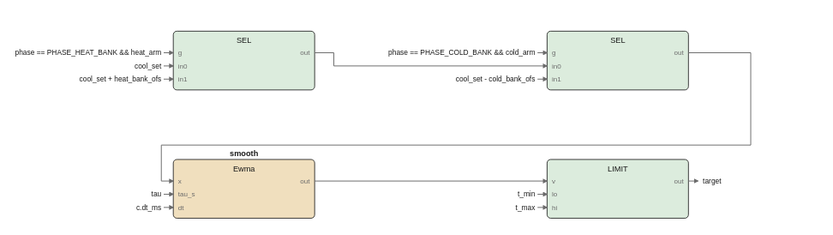
Before: images/logic/target_temp_fbd.drawio.svg, a diagram exported from draw.io (pstch/botanik2). Source tidied: cells renumbered, new cells last; positions are measured from the earlier drawing's top-left corner, leaving out a move shared by most shapes.
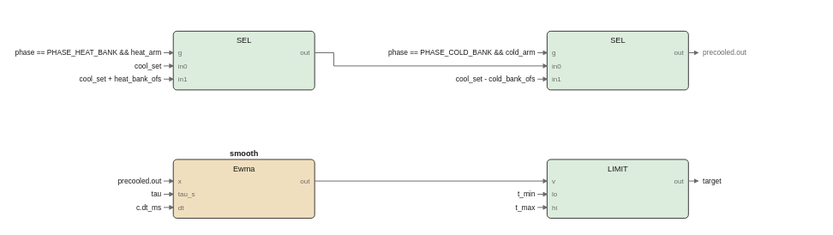
After the change.

Change to the diagram source:
```diff
@@ -88,112 +88,118 @@
     </mxCell>
     <mxCell id="29" style="edgeStyle=none;html=1;strokeColor=#6b6b6b;endArrow=block;" parent="1" edge="1">
       <mxGeometry relative="1" as="geometry">
-        <mxPoint x="128" y="18" as="sourcePoint" />
-        <mxPoint x="322" y="29" as="targetPoint" />
-        <Array as="points">
-          <mxPoint x="144" y="18" />
-          <mxPoint x="144" y="29" />
-        </Array>
+        <mxPoint x="440" y="18" as="sourcePoint" />
+        <mxPoint x="448" y="18" as="targetPoint" />
       </mxGeometry>
     </mxCell>
-    <mxCell id="30" style="edgeStyle=none;html=1;strokeColor=#6b6b6b;endArrow=block;" parent="1" edge="1">
-      <mxGeometry relative="1" as="geometry">
-        <mxPoint x="440" y="18" as="sourcePoint" />
-        <mxPoint x="10" y="125" as="targetPoint" />
-        <Array as="points">
-          <mxPoint x="492" y="18" />
-          <mxPoint x="492" y="95" />
-          <mxPoint y="95" />
-          <mxPoint y="125" />
-        </Array>
-      </mxGeometry>
-    </mxCell>
+    <mxCell id="50" value="precooled.out" style="text;html=1;fontSize=6;fontColor=#6b6b6b;align=left;" parent="1" vertex="1">
+      <mxGeometry x="452" y="14" width="65" height="10" as="geometry" />
+    </mxCell>
     <mxCell id="31" style="edgeStyle=none;html=1;strokeColor=#6b6b6b;endArrow=block;" parent="1" edge="1">
       <mxGeometry relative="1" as="geometry">
-        <mxPoint x="128" y="125" as="sourcePoint" />
-        <mxPoint x="322" y="125" as="targetPoint" />
+        <mxPoint x="128" y="18" as="sourcePoint" />
+        <mxPoint x="322" y="29" as="targetPoint" />
+        <Array as="points">
+          <mxPoint x="144" y="18" />
+          <mxPoint x="144" y="29" />
+        </Array>
       </mxGeometry>
     </mxCell>
+    <mxCell id="51" style="edgeStyle=none;html=1;strokeColor=#6b6b6b;endArrow=block;" parent="1" edge="1">
+      <mxGeometry relative="1" as="geometry">
+        <mxPoint x="128" y="125" as="sourcePoint" />
+        <mxPoint x="322" y="125" as="targetPoint" />
+      </mxGeometry>
+    </mxCell>
     <mxCell id="32" value="phase == PHASE_HEAT_BANK &amp;&amp; heat_arm" style="text;html=1;fontSize=6;fontColor=#1a1a1a;align=left;" parent="1" vertex="1">
       <mxGeometry y="14" width="180" height="10" as="geometry" />
     </mxCell>
-    <mxCell id="33" style="edgeStyle=none;html=1;strokeColor=#6b6b6b;endArrow=block;" parent="1" edge="1">
-      <mxGeometry relative="1" as="geometry">
-        <mxPoint x="2" y="18" as="sourcePoint" />
-        <mxPoint x="10" y="18" as="targetPoint" />
-      </mxGeometry>
-    </mxCell>
+    <mxCell id="52" style="edgeStyle=none;html=1;strokeColor=#6b6b6b;endArrow=block;" parent="1" edge="1">
+      <mxGeometry relative="1" as="geometry">
+        <mxPoint x="2" y="18" as="sourcePoint" />
+        <mxPoint x="10" y="18" as="targetPoint" />
+      </mxGeometry>
+    </mxCell>
     <mxCell id="34" value="cool_set" style="text;html=1;fontSize=6;fontColor=#1a1a1a;align=left;" parent="1" vertex="1">
       <mxGeometry y="25" width="40" height="10" as="geometry" />
     </mxCell>
-    <mxCell id="35" style="edgeStyle=none;html=1;strokeColor=#6b6b6b;endArrow=block;" parent="1" edge="1">
-      <mxGeometry relative="1" as="geometry">
-        <mxPoint x="2" y="29" as="sourcePoint" />
-        <mxPoint x="10" y="29" as="targetPoint" />
-      </mxGeometry>
-    </mxCell>
+    <mxCell id="53" style="edgeStyle=none;html=1;strokeColor=#6b6b6b;endArrow=block;" parent="1" edge="1">
+      <mxGeometry relative="1" as="geometry">
+        <mxPoint x="2" y="29" as="sourcePoint" />
+        <mxPoint x="10" y="29" as="targetPoint" />
+      </mxGeometry>
+    </mxCell>
     <mxCell id="36" value="cool_set + heat_bank_ofs" style="text;html=1;fontSize=6;fontColor=#1a1a1a;align=left;" parent="1" vertex="1">
       <mxGeometry y="36" width="120" height="10" as="geometry" />
     </mxCell>
-    <mxCell id="37" style="edgeStyle=none;html=1;strokeColor=#6b6b6b;endArrow=block;" parent="1" edge="1">
-      <mxGeometry relative="1" as="geometry">
-        <mxPoint x="2" y="40" as="sourcePoint" />
-        <mxPoint x="10" y="40" as="targetPoint" />
-      </mxGeometry>
-    </mxCell>
+    <mxCell id="54" style="edgeStyle=none;html=1;strokeColor=#6b6b6b;endArrow=block;" parent="1" edge="1">
+      <mxGeometry relative="1" as="geometry">
+        <mxPoint x="2" y="40" as="sourcePoint" />
+        <mxPoint x="10" y="40" as="targetPoint" />
+      </mxGeometry>
+    </mxCell>
     <mxCell id="38" value="phase == PHASE_COLD_BANK &amp;&amp; cold_arm" style="text;html=1;fontSize=6;fontColor=#1a1a1a;align=left;" parent="1" vertex="1">
       <mxGeometry x="312" y="14" width="180" height="10" as="geometry" />
     </mxCell>
-    <mxCell id="39" style="edgeStyle=none;html=1;strokeColor=#6b6b6b;endArrow=block;" parent="1" edge="1">
-      <mxGeometry relative="1" as="geometry">
-        <mxPoint x="314" y="18" as="sourcePoint" />
-        <mxPoint x="322" y="18" as="targetPoint" />
-      </mxGeometry>
-    </mxCell>
+    <mxCell id="55" style="edgeStyle=none;html=1;strokeColor=#6b6b6b;endArrow=block;" parent="1" edge="1">
+      <mxGeometry relative="1" as="geometry">
+        <mxPoint x="314" y="18" as="sourcePoint" />
+        <mxPoint x="322" y="18" as="targetPoint" />
+      </mxGeometry>
+    </mxCell>
     <mxCell id="40" value="cool_set - cold_bank_ofs" style="text;html=1;fontSize=6;fontColor=#1a1a1a;align=left;" parent="1" vertex="1">
       <mxGeometry x="312" y="36" width="120" height="10" as="geometry" />
     </mxCell>
-    <mxCell id="41" style="edgeStyle=none;html=1;strokeColor=#6b6b6b;endArrow=block;" parent="1" edge="1">
-      <mxGeometry relative="1" as="geometry">
-        <mxPoint x="314" y="40" as="sourcePoint" />
-        <mxPoint x="322" y="40" as="targetPoint" />
-      </mxGeometry>
-    </mxCell>
+    <mxCell id="56" style="edgeStyle=none;html=1;strokeColor=#6b6b6b;endArrow=block;" parent="1" edge="1">
+      <mxGeometry relative="1" as="geometry">
+        <mxPoint x="314" y="40" as="sourcePoint" />
+        <mxPoint x="322" y="40" as="targetPoint" />
+      </mxGeometry>
+    </mxCell>
+    <mxCell id="57" value="precooled.out" style="text;html=1;fontSize=6;fontColor=#1a1a1a;align=left;" parent="1" vertex="1">
+      <mxGeometry y="121" width="65" height="10" as="geometry" />
+    </mxCell>
+    <mxCell id="58" style="edgeStyle=none;html=1;strokeColor=#6b6b6b;endArrow=block;" parent="1" edge="1">
+      <mxGeometry relative="1" as="geometry">
+        <mxPoint x="2" y="125" as="sourcePoint" />
+        <mxPoint x="10" y="125" as="targetPoint" />
+      </mxGeometry>
+    </mxCell>
     <mxCell id="42" value="tau" style="text;html=1;fontSize=6;fontColor=#1a1a1a;align=left;" parent="1" vertex="1">
       <mxGeometry y="132" width="40" height="10" as="geometry" />
     </mxCell>
-    <mxCell id="43" style="edgeStyle=none;html=1;strokeColor=#6b6b6b;endArrow=block;" parent="1" edge="1">
-      <mxGeometry relative="1" as="geometry">
-        <mxPoint x="2" y="136" as="sourcePoint" />
-        <mxPoint x="10" y="136" as="targetPoint" />
-      </mxGeometry>
-    </mxCell>
+    <mxCell id="59" style="edgeStyle=none;html=1;strokeColor=#6b6b6b;endArrow=block;" parent="1" edge="1">
+      <mxGeometry relative="1" as="geometry">
+        <mxPoint x="2" y="136" as="sourcePoint" />
+        <mxPoint x="10" y="136" as="targetPoint" />
+      </mxGeometry>
+    </mxCell>
     <mxCell id="44" value="c.dt_ms" style="text;html=1;fontSize=6;fontColor=#1a1a1a;align=left;" parent="1" vertex="1">
       <mxGeometry y="143" width="40" height="10" as="geometry" />
     </mxCell>
-    <mxCell id="45" style="edgeStyle=none;html=1;strokeColor=#6b6b6b;endArrow=block;" parent="1" edge="1">
-      <mxGeometry relative="1" as="geometry">
-        <mxPoint x="2" y="147" as="sourcePoint" />
-        <mxPoint x="10" y="147" as="targetPoint" />
-      </mxGeometry>
-    </mxCell>
+    <mxCell id="60" style="edgeStyle=none;html=1;strokeColor=#6b6b6b;endArrow=block;" parent="1" edge="1">
+      <mxGeometry relative="1" as="geometry">
+        <mxPoint x="2" y="147" as="sourcePoint" />
+        <mxPoint x="10" y="147" as="targetPoint" />
+      </mxGeometry>
+    </mxCell>
     <mxCell id="46" value="t_min" style="text;html=1;fontSize=6;fontColor=#1a1a1a;align=left;" parent="1" vertex="1">
       <mxGeometry x="312" y="132" width="40" height="10" as="geometry" />
     </mxCell>
-    <mxCell id="47" style="edgeStyle=none;html=1;strokeColor=#6b6b6b;endArrow=block;" parent="1" edge="1">
-      <mxGeometry relative="1" as="geometry">
-        <mxPoint x="314" y="136" as="sourcePoint" />
-        <mxPoint x="322" y="136" as="targetPoint" />
-      </mxGeometry>
-    </mxCell>
+    <mxCell id="61" style="edgeStyle=none;html=1;strokeColor=#6b6b6b;endArrow=block;" parent="1" edge="1">
+      <mxGeometry relative="1" as="geometry">
+        <mxPoint x="314" y="136" as="sourcePoint" />
+        <mxPoint x="322" y="136" as="targetPoint" />
+      </mxGeometry>
+    </mxCell>
     <mxCell id="48" value="t_max" style="text;html=1;fontSize=6;fontColor=#1a1a1a;align=left;" parent="1" vertex="1">
       <mxGeometry x="312" y="143" width="40" height="10" as="geometry" />
     </mxCell>
-    <mxCell id="49" style="edgeStyle=none;html=1;strokeColor=#6b6b6b;endArrow=block;" parent="1" edge="1">
-      <mxGeometry relative="1" as="geometry">
-        <mxPoint x="314" y="147" as="sourcePoint" />
-        <mxPoint x="322" y="147" as="targetPoint" />
-      </mxGeometry>
-    </mxCell>
+    <mxCell id="62" style="edgeStyle=none;html=1;strokeColor=#6b6b6b;endArrow=block;" parent="1" edge="1">
+      <mxGeometry relative="1" as="geometry">
+        <mxPoint x="314" y="147" as="sourcePoint" />
+        <mxPoint x="322" y="147" as="targetPoint" />
+      </mxGeometry>
+    </mxCell>
   </root>
 </mxGraphModel>
```
